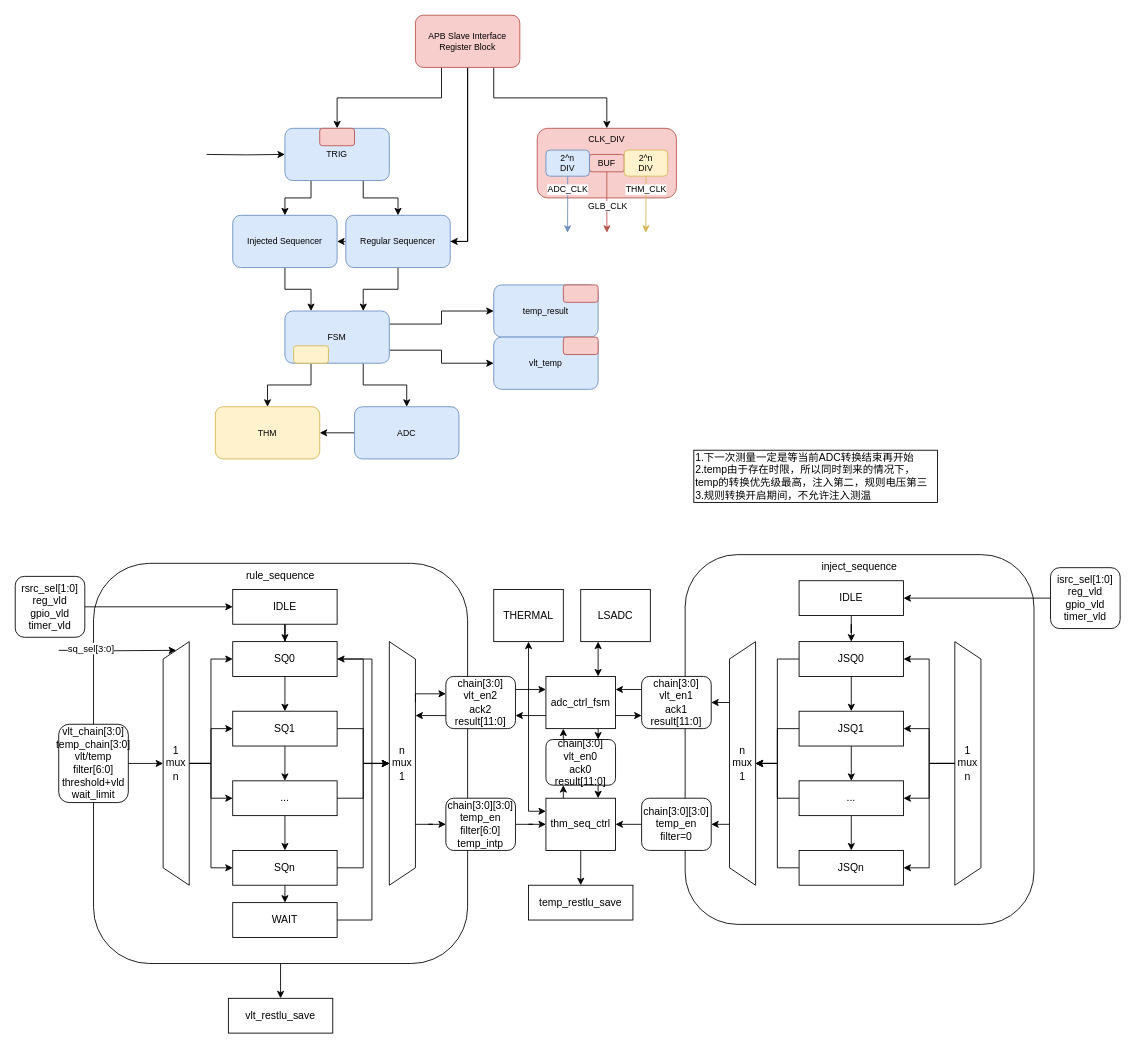
Earlier version of the draw.io diagram page "第 1 页" (1 of 2) of ip/thm_adc_ctrl.drawio (howeip/Diagram). Source tidied: cells renumbered, new cells numbered last; positions are measured from the earlier drawing's top-left corner, leaving out a move shared by most shapes. Both pictures are drawn from the tidied source at 87%, with x=0, y=0 at pixel (15, 15).
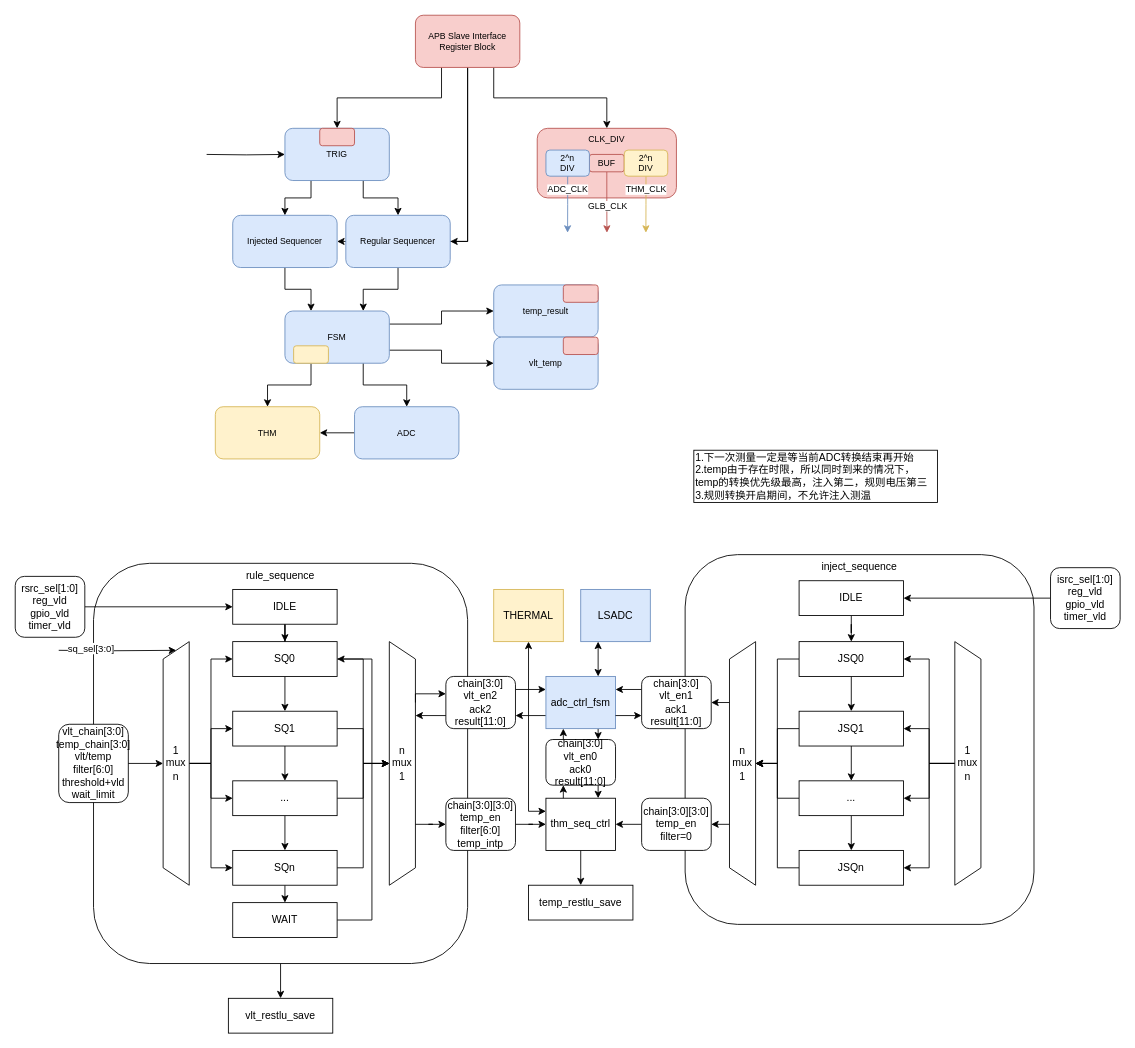
After the change.

Diff of the diagram source:
```diff
@@
-    <mxCell id="70" value="adc_ctrl_fsm" style="rounded=0;whiteSpace=wrap;html=1;direction=west;" parent="1" vertex="1">
+    <mxCell id="70" value="adc_ctrl_fsm" style="rounded=0;whiteSpace=wrap;html=1;direction=west;fillColor=#dae8fc;strokeColor=#6c8ebf;" parent="1" vertex="1">
       <mxGeometry x="610" y="760" width="80" height="60" as="geometry" />
     </mxCell>
@@
-    <mxCell id="111" value="LSADC" style="rounded=0;whiteSpace=wrap;html=1;direction=west;" parent="1" vertex="1">
+    <mxCell id="111" value="LSADC" style="rounded=0;whiteSpace=wrap;html=1;direction=west;fillColor=#dae8fc;strokeColor=#6c8ebf;" parent="1" vertex="1">
       <mxGeometry x="650" y="660" width="80" height="60" as="geometry" />
     </mxCell>
@@
-    <mxCell id="113" value="THERMAL" style="rounded=0;whiteSpace=wrap;html=1;direction=west;" parent="1" vertex="1">
+    <mxCell id="113" value="THERMAL" style="rounded=0;whiteSpace=wrap;html=1;direction=west;fillColor=#fff2cc;strokeColor=#d6b656;" parent="1" vertex="1">
       <mxGeometry x="550" y="660" width="80" height="60" as="geometry" />
     </mxCell>
```
